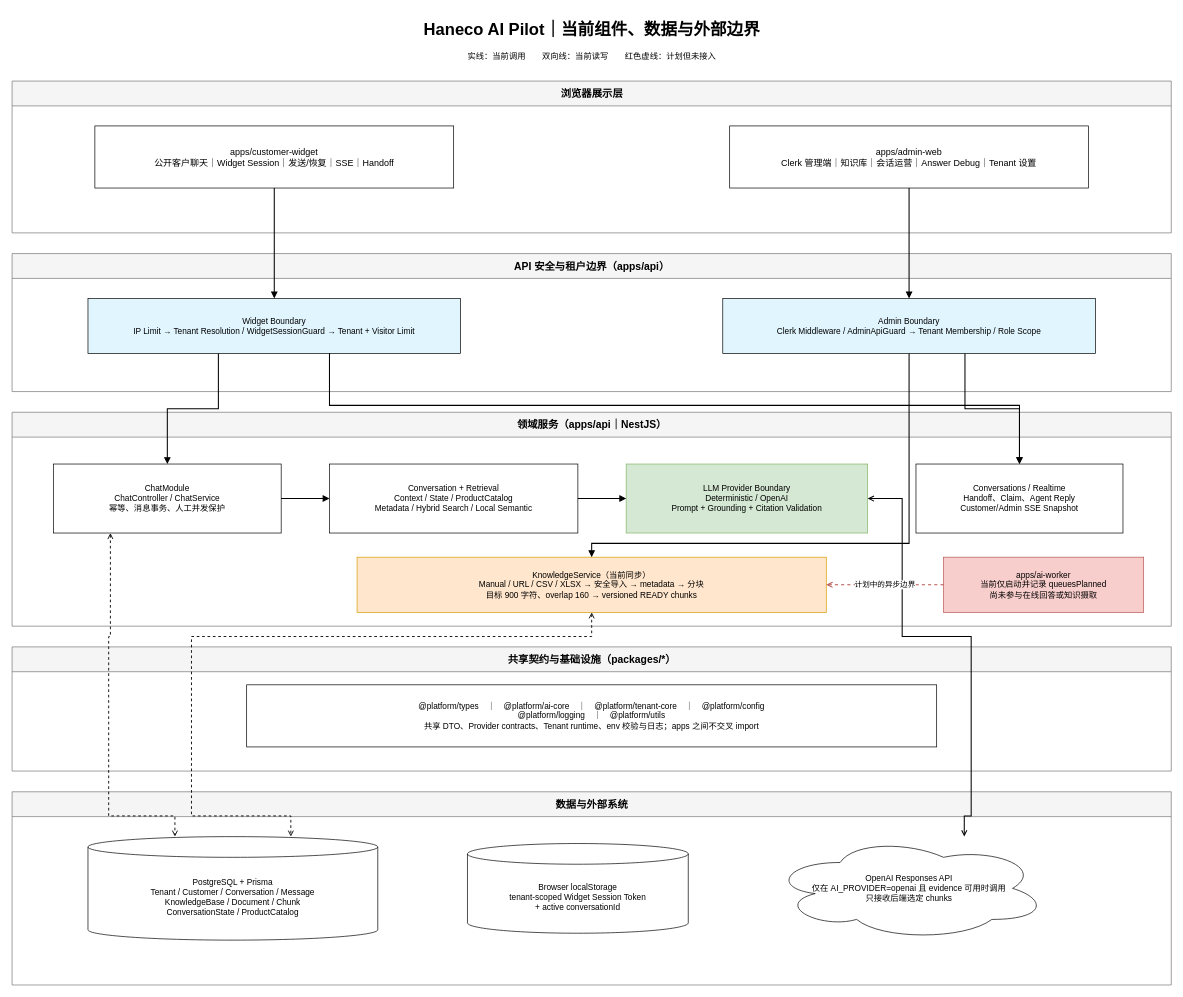
Earlier version of the draw.io diagram page "03 组件与数据边界" (3 of 3) of docs/architecture/current-chat-system-flow.drawio (liangceli/AIChatbox). Source tidied: cells renumbered, new cells numbered last; positions are measured from the earlier drawing's top-left corner, leaving out a move shared by most shapes. Both pictures are drawn from the tidied source at 69%, with x=0, y=0 at pixel (12, 12).
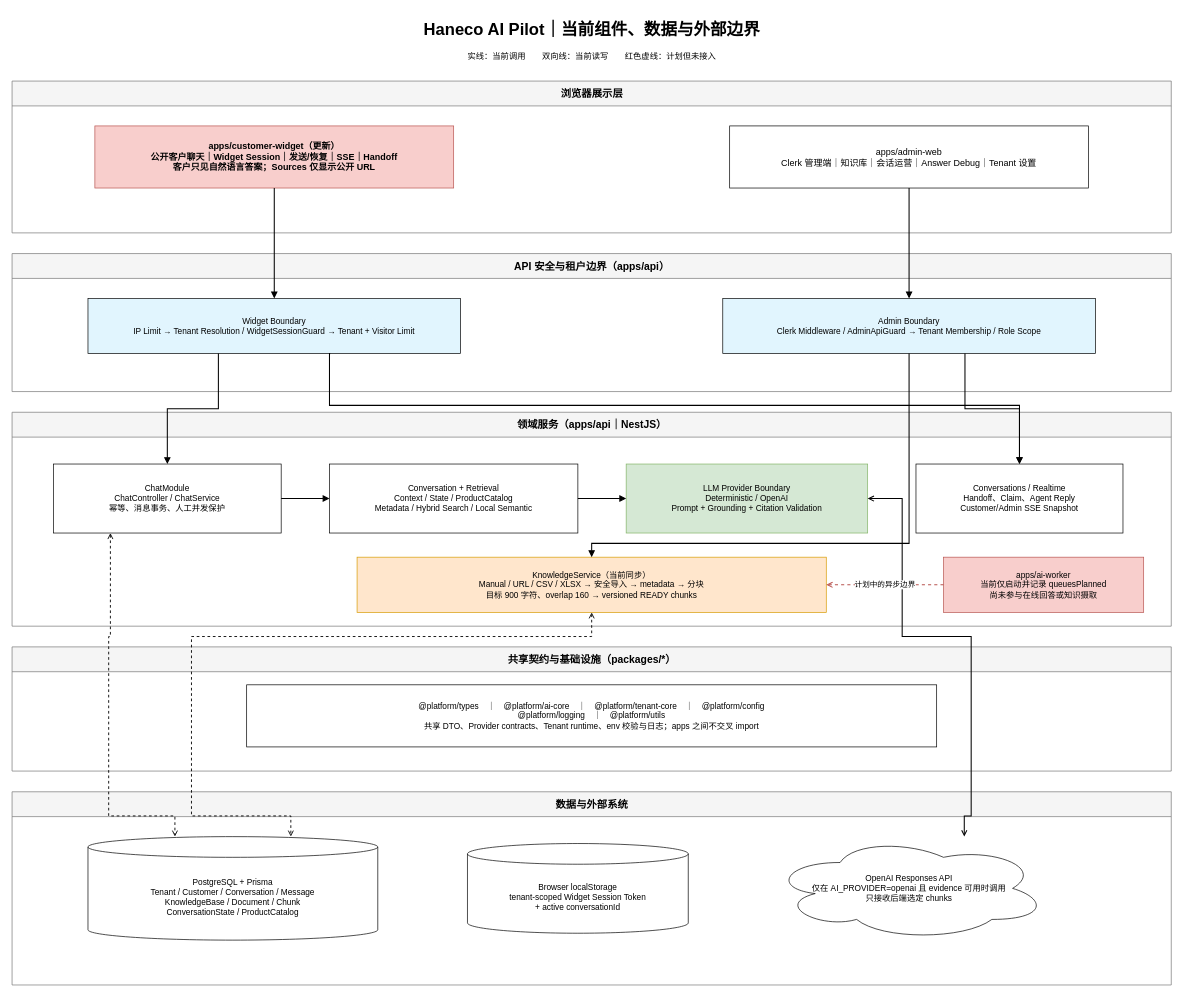
The same diagram, later.

Change to the diagram source:
```diff
@@
-    <mxCell id="5" value="apps/customer-widget&lt;br&gt;公开客户聊天｜Widget Session｜发送/恢复｜SSE｜Handoff" style="rounded=0;whiteSpace=wrap;html=1;fillColor=#ffffff;strokeColor=#000000;fontSize=13;" parent="1" vertex="1">
+    <mxCell id="5" value="apps/customer-widget（更新）&lt;br&gt;公开客户聊天｜Widget Session｜发送/恢复｜SSE｜Handoff&lt;br&gt;客户只见自然语言答案；Sources 仅显示公开 URL" style="rounded=0;whiteSpace=wrap;html=1;fillColor=#f8cecc;strokeColor=#b85450;fontSize=13;fontStyle=1;" parent="1" vertex="1">
       <mxGeometry x="120" y="165" width="520" height="90" as="geometry" />
     </mxCell>
```
